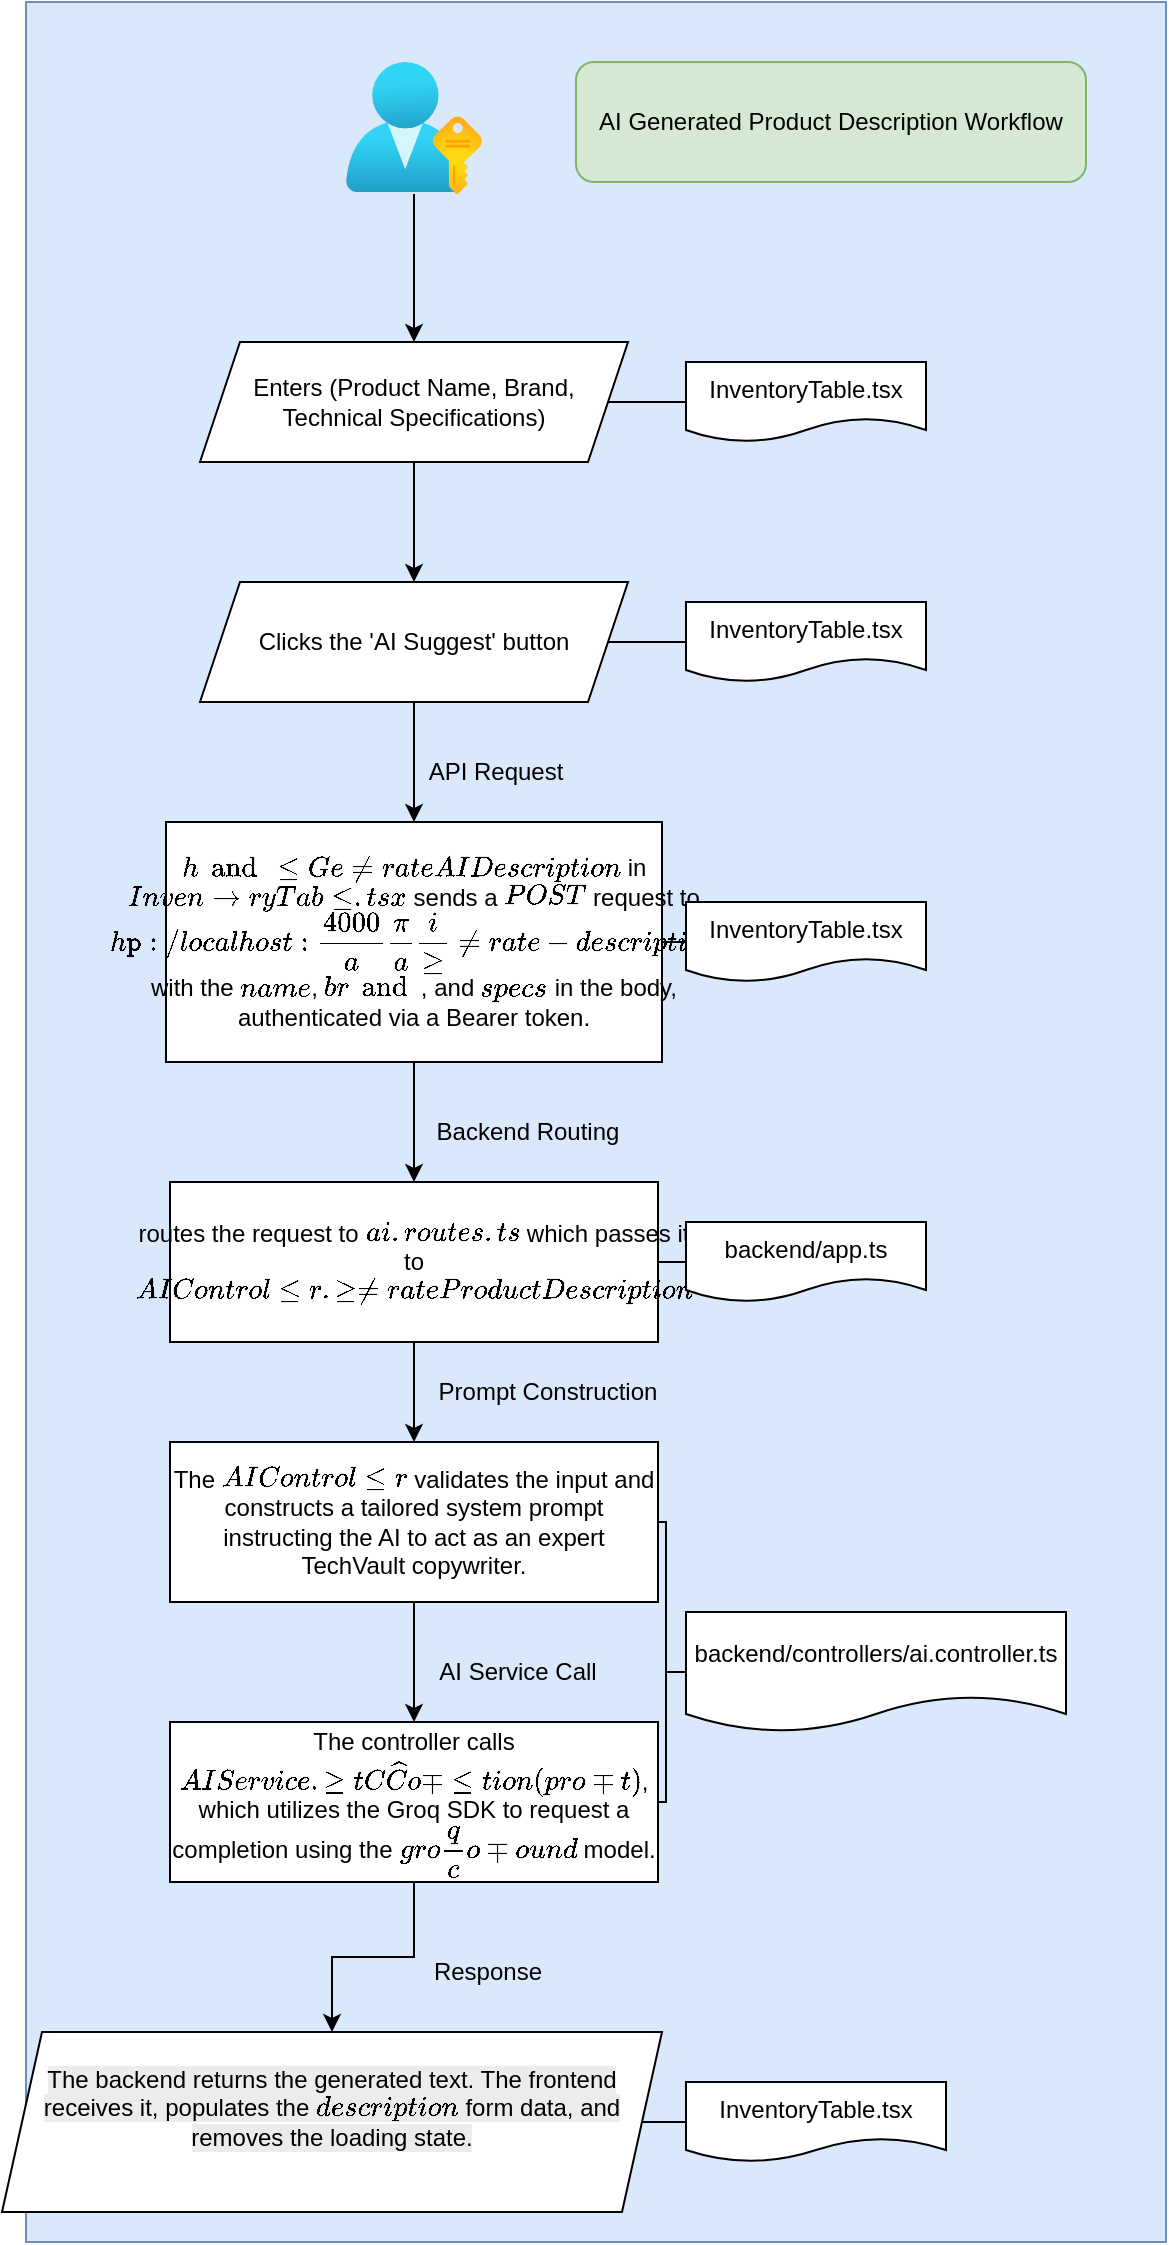
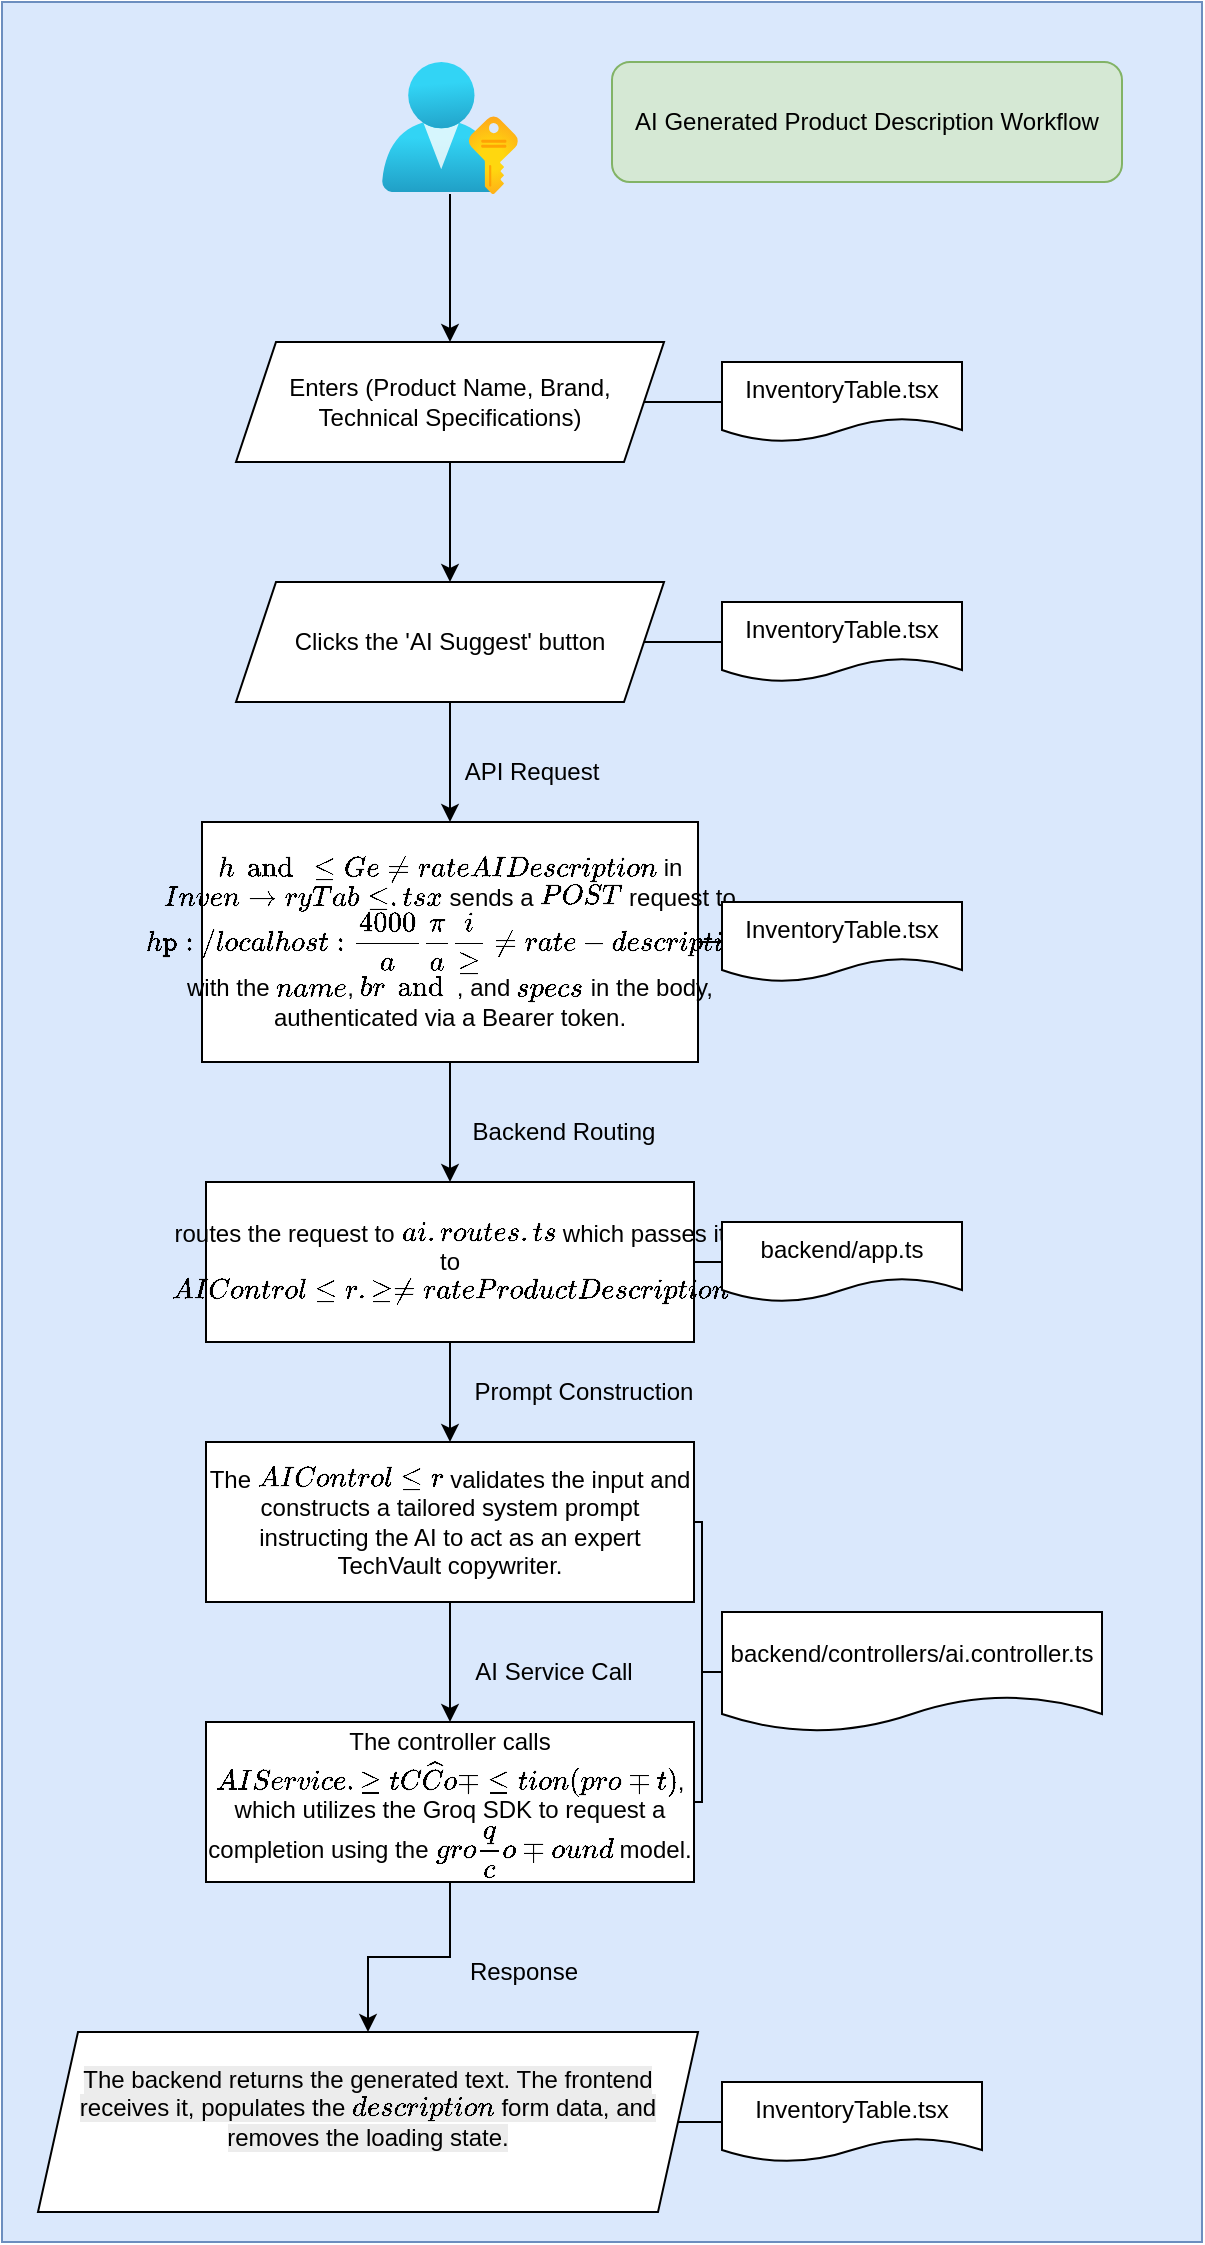
<mxfile host="app.diagrams.net">
  <diagram name="Page-1" id="7jEEnwGSbGQ9YuERxCwW">
-     <mxGraphModel dx="548" dy="731" grid="1" gridSize="10" guides="1" tooltips="1" connect="1" arrows="1" fold="1" page="1" pageScale="1" pageWidth="850" pageHeight="1100" math="0" shadow="0">
+     <mxGraphModel dx="1075" dy="1196" grid="1" gridSize="10" guides="1" tooltips="1" connect="1" arrows="1" fold="1" page="1" pageScale="1" pageWidth="850" pageHeight="1100" math="0" shadow="0">
      <root>
        <mxCell id="0" />
        <mxCell id="1" parent="0" />
        <mxCell id="iRtOR4c1H5JokSyUzZ0d-35" parent="1" style="rounded=0;whiteSpace=wrap;html=1;fillColor=#dae8fc;strokeColor=#6c8ebf;" value="" vertex="1">
-           <mxGeometry height="1120" width="570" x="150" y="50" as="geometry" />
+           <mxGeometry height="1120" width="600" x="120" y="50" as="geometry" />
        </mxCell>
        <mxCell id="iRtOR4c1H5JokSyUzZ0d-8" edge="1" parent="1" source="RIM427N2f4PVStd9wBQW-1" style="edgeStyle=orthogonalEdgeStyle;rounded=0;orthogonalLoop=1;jettySize=auto;html=1;entryX=0.5;entryY=0;entryDx=0;entryDy=0;" target="RIM427N2f4PVStd9wBQW-2">
          <mxGeometry relative="1" as="geometry" />
        </mxCell>
        <mxCell id="RIM427N2f4PVStd9wBQW-1" parent="1" style="image;aspect=fixed;html=1;points=[];align=center;fontSize=12;image=img/lib/azure2/azure_stack/User_Subscriptions.svg;" value="" vertex="1">
          <mxGeometry height="66" width="68" x="310" y="80" as="geometry" />
        </mxCell>
        <mxCell id="iRtOR4c1H5JokSyUzZ0d-1" edge="1" parent="1" source="RIM427N2f4PVStd9wBQW-2" style="edgeStyle=orthogonalEdgeStyle;rounded=0;orthogonalLoop=1;jettySize=auto;html=1;exitX=0.5;exitY=1;exitDx=0;exitDy=0;entryX=0.5;entryY=0;entryDx=0;entryDy=0;" target="ow8syoF-5MTw8LeSItwj-2">
          <mxGeometry relative="1" as="geometry" />
        </mxCell>
        <mxCell id="iRtOR4c1H5JokSyUzZ0d-37" edge="1" parent="1" source="RIM427N2f4PVStd9wBQW-2" style="edgeStyle=orthogonalEdgeStyle;rounded=0;orthogonalLoop=1;jettySize=auto;html=1;exitX=1;exitY=0.5;exitDx=0;exitDy=0;entryX=0;entryY=0.5;entryDx=0;entryDy=0;endArrow=none;endFill=0;" target="iRtOR4c1H5JokSyUzZ0d-36">
          <mxGeometry relative="1" as="geometry" />
        </mxCell>
        <mxCell id="RIM427N2f4PVStd9wBQW-2" parent="1" style="shape=parallelogram;perimeter=parallelogramPerimeter;whiteSpace=wrap;html=1;fixedSize=1;" value="Enters (Product Name, Brand, Technical Specifications)" vertex="1">
          <mxGeometry height="60" width="214" x="237" y="220" as="geometry" />
        </mxCell>
        <mxCell id="iRtOR4c1H5JokSyUzZ0d-7" edge="1" parent="1" source="ow8syoF-5MTw8LeSItwj-1" style="edgeStyle=orthogonalEdgeStyle;rounded=0;orthogonalLoop=1;jettySize=auto;html=1;exitX=1;exitY=0.5;exitDx=0;exitDy=0;entryX=0;entryY=0.5;entryDx=0;entryDy=0;endArrow=none;endFill=0;" target="iRtOR4c1H5JokSyUzZ0d-6">
          <mxGeometry relative="1" as="geometry" />
        </mxCell>
        <mxCell id="iRtOR4c1H5JokSyUzZ0d-17" edge="1" parent="1" source="ow8syoF-5MTw8LeSItwj-1" style="edgeStyle=orthogonalEdgeStyle;rounded=0;orthogonalLoop=1;jettySize=auto;html=1;exitX=0.5;exitY=1;exitDx=0;exitDy=0;entryX=0.5;entryY=0;entryDx=0;entryDy=0;" target="iRtOR4c1H5JokSyUzZ0d-14">
          <mxGeometry relative="1" as="geometry" />
        </mxCell>
        <mxCell id="ow8syoF-5MTw8LeSItwj-1" parent="1" style="rounded=0;whiteSpace=wrap;html=1;align=center;" value="&lt;div style=&quot;&quot;&gt;&lt;span style=&quot;background-color: transparent; color: light-dark(rgb(0, 0, 0), rgb(255, 255, 255));&quot;&gt;`handleGenerateAIDescription` in `InventoryTable.tsx` sends a `POST` request to `http://localhost:4000/api/ai/generate-description` with the `name`, `brand`, and `specs` in the body, authenticated via a Bearer token.&lt;/span&gt;&lt;/div&gt;" vertex="1">
          <mxGeometry height="120" width="248" x="220" y="460" as="geometry" />
        </mxCell>
        <mxCell id="iRtOR4c1H5JokSyUzZ0d-2" edge="1" parent="1" source="ow8syoF-5MTw8LeSItwj-2" style="edgeStyle=orthogonalEdgeStyle;rounded=0;orthogonalLoop=1;jettySize=auto;html=1;exitX=0.5;exitY=1;exitDx=0;exitDy=0;entryX=0.5;entryY=0;entryDx=0;entryDy=0;" target="ow8syoF-5MTw8LeSItwj-1">
          <mxGeometry relative="1" as="geometry" />
        </mxCell>
        <mxCell id="iRtOR4c1H5JokSyUzZ0d-5" edge="1" parent="1" source="ow8syoF-5MTw8LeSItwj-2" style="edgeStyle=orthogonalEdgeStyle;rounded=0;orthogonalLoop=1;jettySize=auto;html=1;exitX=1;exitY=0.5;exitDx=0;exitDy=0;entryX=0;entryY=0.5;entryDx=0;entryDy=0;endArrow=none;endFill=0;" target="iRtOR4c1H5JokSyUzZ0d-4">
          <mxGeometry relative="1" as="geometry" />
        </mxCell>
        <mxCell id="ow8syoF-5MTw8LeSItwj-2" parent="1" style="shape=parallelogram;perimeter=parallelogramPerimeter;whiteSpace=wrap;html=1;fixedSize=1;" value="Clicks the &#39;AI Suggest&#39; button" vertex="1">
          <mxGeometry height="60" width="214" x="237" y="340" as="geometry" />
        </mxCell>
        <mxCell id="iRtOR4c1H5JokSyUzZ0d-3" parent="1" style="text;html=1;whiteSpace=wrap;strokeColor=none;fillColor=none;align=center;verticalAlign=middle;rounded=0;" value="API Request" vertex="1">
          <mxGeometry height="30" width="80" x="345" y="420" as="geometry" />
        </mxCell>
        <mxCell id="iRtOR4c1H5JokSyUzZ0d-4" parent="1" style="shape=document;whiteSpace=wrap;html=1;boundedLbl=1;" value="InventoryTable.tsx" vertex="1">
          <mxGeometry height="40" width="120" x="480" y="350" as="geometry" />
        </mxCell>
        <mxCell id="iRtOR4c1H5JokSyUzZ0d-6" parent="1" style="shape=document;whiteSpace=wrap;html=1;boundedLbl=1;" value="InventoryTable.tsx" vertex="1">
          <mxGeometry height="40" width="120" x="480" y="500" as="geometry" />
        </mxCell>
        <mxCell id="iRtOR4c1H5JokSyUzZ0d-16" edge="1" parent="1" source="iRtOR4c1H5JokSyUzZ0d-14" style="edgeStyle=orthogonalEdgeStyle;rounded=0;orthogonalLoop=1;jettySize=auto;html=1;exitX=1;exitY=0.5;exitDx=0;exitDy=0;entryX=0;entryY=0.5;entryDx=0;entryDy=0;endArrow=none;endFill=0;" target="iRtOR4c1H5JokSyUzZ0d-15">
          <mxGeometry relative="1" as="geometry" />
        </mxCell>
        <mxCell id="iRtOR4c1H5JokSyUzZ0d-19" edge="1" parent="1" source="iRtOR4c1H5JokSyUzZ0d-14" style="edgeStyle=orthogonalEdgeStyle;rounded=0;orthogonalLoop=1;jettySize=auto;html=1;exitX=0.5;exitY=1;exitDx=0;exitDy=0;entryX=0.5;entryY=0;entryDx=0;entryDy=0;" target="iRtOR4c1H5JokSyUzZ0d-18">
          <mxGeometry relative="1" as="geometry" />
        </mxCell>
        <mxCell id="iRtOR4c1H5JokSyUzZ0d-14" parent="1" style="whiteSpace=wrap;html=1;" value="routes the request to `ai.routes.ts` which passes it to `AIController.generateProductDescription`" vertex="1">
          <mxGeometry height="80" width="244" x="222" y="640" as="geometry" />
        </mxCell>
        <mxCell id="iRtOR4c1H5JokSyUzZ0d-15" parent="1" style="shape=document;whiteSpace=wrap;html=1;boundedLbl=1;" value="backend/app.ts" vertex="1">
          <mxGeometry height="40" width="120" x="480" y="660" as="geometry" />
        </mxCell>
        <mxCell id="iRtOR4c1H5JokSyUzZ0d-21" edge="1" parent="1" source="iRtOR4c1H5JokSyUzZ0d-18" style="edgeStyle=orthogonalEdgeStyle;rounded=0;orthogonalLoop=1;jettySize=auto;html=1;exitX=0.5;exitY=1;exitDx=0;exitDy=0;entryX=0.5;entryY=0;entryDx=0;entryDy=0;" target="iRtOR4c1H5JokSyUzZ0d-20">
          <mxGeometry relative="1" as="geometry" />
        </mxCell>
        <mxCell id="iRtOR4c1H5JokSyUzZ0d-23" edge="1" parent="1" source="iRtOR4c1H5JokSyUzZ0d-18" style="edgeStyle=orthogonalEdgeStyle;rounded=0;orthogonalLoop=1;jettySize=auto;html=1;exitX=1;exitY=0.5;exitDx=0;exitDy=0;entryX=0;entryY=0.5;entryDx=0;entryDy=0;endArrow=none;endFill=0;" target="iRtOR4c1H5JokSyUzZ0d-22">
          <mxGeometry relative="1" as="geometry">
            <Array as="points">
              <mxPoint x="470" y="810" />
              <mxPoint x="470" y="885" />
            </Array>
          </mxGeometry>
        </mxCell>
        <mxCell id="iRtOR4c1H5JokSyUzZ0d-18" parent="1" style="whiteSpace=wrap;html=1;" value="The `AIController` validates the input and constructs a tailored system prompt instructing the AI to act as an expert TechVault copywriter." vertex="1">
          <mxGeometry height="80" width="244" x="222" y="770" as="geometry" />
        </mxCell>
        <mxCell id="iRtOR4c1H5JokSyUzZ0d-31" edge="1" parent="1" source="iRtOR4c1H5JokSyUzZ0d-20" style="edgeStyle=orthogonalEdgeStyle;rounded=0;orthogonalLoop=1;jettySize=auto;html=1;exitX=1;exitY=0.5;exitDx=0;exitDy=0;entryX=0;entryY=0.5;entryDx=0;entryDy=0;endArrow=none;endFill=0;" target="iRtOR4c1H5JokSyUzZ0d-22">
          <mxGeometry relative="1" as="geometry">
            <Array as="points">
              <mxPoint x="470" y="950" />
              <mxPoint x="470" y="885" />
            </Array>
          </mxGeometry>
        </mxCell>
        <mxCell id="iRtOR4c1H5JokSyUzZ0d-41" edge="1" parent="1" source="iRtOR4c1H5JokSyUzZ0d-20" style="edgeStyle=orthogonalEdgeStyle;rounded=0;orthogonalLoop=1;jettySize=auto;html=1;exitX=0.5;exitY=1;exitDx=0;exitDy=0;entryX=0.5;entryY=0;entryDx=0;entryDy=0;" target="iRtOR4c1H5JokSyUzZ0d-40">
          <mxGeometry relative="1" as="geometry" />
        </mxCell>
        <mxCell id="iRtOR4c1H5JokSyUzZ0d-20" parent="1" style="whiteSpace=wrap;html=1;" value="The controller calls `AIService.getChatCompletion(prompt)`, which utilizes the Groq SDK to request a completion using the `groq/compound` model." vertex="1">
          <mxGeometry height="80" width="244" x="222" y="910" as="geometry" />
        </mxCell>
        <mxCell id="iRtOR4c1H5JokSyUzZ0d-22" parent="1" style="shape=document;whiteSpace=wrap;html=1;boundedLbl=1;" value="backend/controllers/ai.controller.ts" vertex="1">
          <mxGeometry height="60" width="190" x="480" y="855" as="geometry" />
        </mxCell>
        <mxCell id="iRtOR4c1H5JokSyUzZ0d-24" parent="1" style="text;html=1;whiteSpace=wrap;strokeColor=none;fillColor=none;align=center;verticalAlign=middle;rounded=0;" value="Backend Routing" vertex="1">
          <mxGeometry height="30" width="100" x="351" y="600" as="geometry" />
        </mxCell>
        <mxCell id="iRtOR4c1H5JokSyUzZ0d-25" parent="1" style="text;html=1;whiteSpace=wrap;strokeColor=none;fillColor=none;align=center;verticalAlign=middle;rounded=0;" value="Prompt Construction" vertex="1">
          <mxGeometry height="30" width="120" x="351" y="730" as="geometry" />
        </mxCell>
        <mxCell id="iRtOR4c1H5JokSyUzZ0d-26" parent="1" style="text;html=1;whiteSpace=wrap;strokeColor=none;fillColor=none;align=center;verticalAlign=middle;rounded=0;" value="AI Service Call" vertex="1">
          <mxGeometry height="30" width="90" x="351" y="870" as="geometry" />
        </mxCell>
        <mxCell id="iRtOR4c1H5JokSyUzZ0d-29" parent="1" style="text;html=1;whiteSpace=wrap;strokeColor=none;fillColor=none;align=center;verticalAlign=middle;rounded=0;" value="Response" vertex="1">
          <mxGeometry height="30" width="60" x="351" y="1020" as="geometry" />
        </mxCell>
        <mxCell id="iRtOR4c1H5JokSyUzZ0d-32" parent="1" style="shape=document;whiteSpace=wrap;html=1;boundedLbl=1;" value="InventoryTable.tsx" vertex="1">
          <mxGeometry height="40" width="130" x="480" y="1090" as="geometry" />
        </mxCell>
        <mxCell id="iRtOR4c1H5JokSyUzZ0d-36" parent="1" style="shape=document;whiteSpace=wrap;html=1;boundedLbl=1;" value="InventoryTable.tsx" vertex="1">
          <mxGeometry height="40" width="120" x="480" y="230" as="geometry" />
        </mxCell>
        <mxCell id="iRtOR4c1H5JokSyUzZ0d-38" parent="1" style="rounded=1;whiteSpace=wrap;html=1;fillColor=#d5e8d4;strokeColor=#82b366;" value="AI Generated Product Description Workflow" vertex="1">
          <mxGeometry height="60" width="255" x="425" y="80" as="geometry" />
        </mxCell>
        <mxCell id="iRtOR4c1H5JokSyUzZ0d-42" edge="1" parent="1" source="iRtOR4c1H5JokSyUzZ0d-40" style="edgeStyle=orthogonalEdgeStyle;rounded=0;orthogonalLoop=1;jettySize=auto;html=1;exitX=1;exitY=0.5;exitDx=0;exitDy=0;entryX=0;entryY=0.5;entryDx=0;entryDy=0;endArrow=none;endFill=0;" target="iRtOR4c1H5JokSyUzZ0d-32">
          <mxGeometry relative="1" as="geometry" />
        </mxCell>
        <mxCell id="iRtOR4c1H5JokSyUzZ0d-40" parent="1" style="shape=parallelogram;perimeter=parallelogramPerimeter;whiteSpace=wrap;html=1;fixedSize=1;" value="&#xa;&lt;span style=&quot;color: rgb(0, 0, 0); font-family: Helvetica; font-size: 12px; font-style: normal; font-variant-ligatures: normal; font-variant-caps: normal; font-weight: 400; letter-spacing: normal; orphans: 2; text-align: center; text-indent: 0px; text-transform: none; widows: 2; word-spacing: 0px; -webkit-text-stroke-width: 0px; white-space: normal; background-color: rgb(236, 236, 236); text-decoration-thickness: initial; text-decoration-style: initial; text-decoration-color: initial; display: inline !important; float: none;&quot;&gt;The backend returns the generated text. The frontend receives it, populates the `description` form data, and removes the loading state.&lt;/span&gt;&#xa;&#xa;" vertex="1">
          <mxGeometry height="90" width="330" x="138" y="1065" as="geometry" />
        </mxCell>
      </root>
    </mxGraphModel>
  </diagram>
</mxfile>
